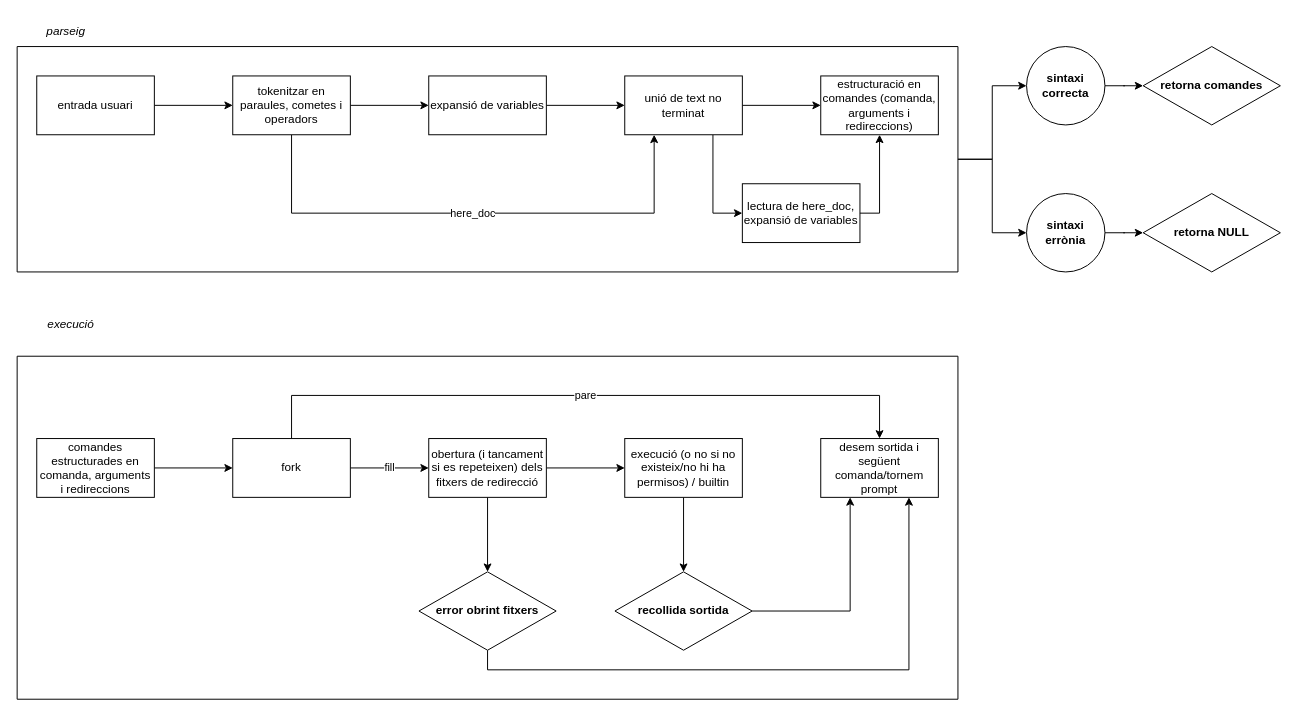
Earlier version of the draw.io diagram diagrama.drawio (encarbassotnopot/42_minishell). Source tidied: cells renumbered, new cells numbered last; positions are measured from the earlier drawing's top-left corner, leaving out a move shared by most shapes. Both pictures are drawn from the tidied source at 98%, with x=0, y=0 at pixel (17, 17).
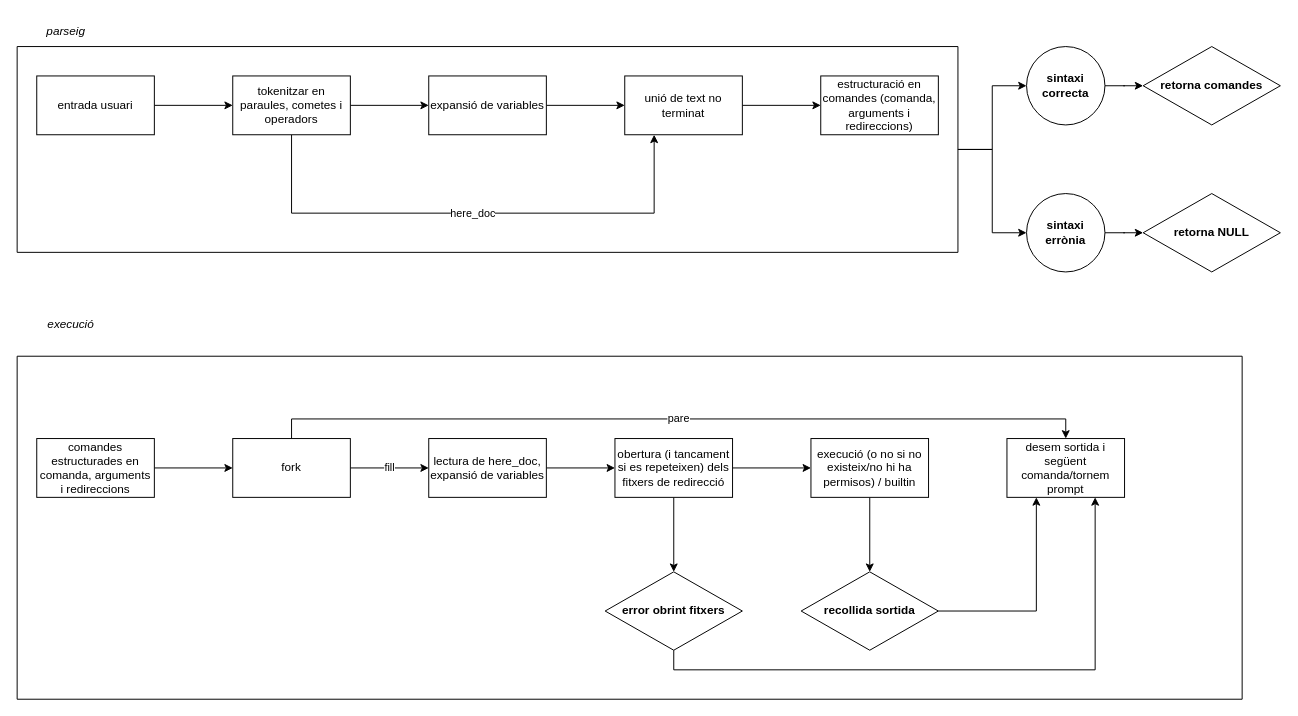
After the change.

The change refers to these unchanged cells:
```xml
<mxCell id="2" style="group;" parent="1" vertex="1">
  <mxGeometry width="960" height="260" as="geometry" />
</mxCell>
<mxCell id="12" value="&lt;div&gt;unió de text no terminat&lt;/div&gt;" style="rounded=0;whiteSpace=wrap;html=1;" parent="2" vertex="1">
  <mxGeometry x="620" y="60" width="120" height="60" as="geometry" />
</mxCell>
<mxCell id="13" value="estructuració en comandes (comanda, arguments i redireccions)" style="rounded=0;whiteSpace=wrap;html=1;" parent="2" vertex="1">
  <mxGeometry x="820" y="60" width="120" height="60" as="geometry" />
</mxCell>
<mxCell id="29" value="fork" style="rounded=0;whiteSpace=wrap;html=1;" parent="26" vertex="1">
  <mxGeometry x="220" y="120" width="120" height="60" as="geometry" />
</mxCell>
```

What changed in the source:
```diff
@@
-    <mxCell id="11" style="edgeStyle=orthogonalEdgeStyle;rounded=0;jettySize=auto;html=1;entryX=0;entryY=0.5;entryDx=0;entryDy=0;exitX=0.75;exitY=1;exitDx=0;exitDy=0;" parent="2" edge="1" source="12" target="15">
-      <mxGeometry relative="1" as="geometry" />
-    </mxCell>
@@
     <mxCell id="14" style="swimlane;startSize=0;" parent="2" vertex="1">
-      <mxGeometry y="30" width="960" height="230" as="geometry" />
+      <mxGeometry y="30" width="960" height="210" as="geometry" />
     </mxCell>
-    <mxCell id="15" value="lectura de here_doc, expansió de variables" style="rounded=0;whiteSpace=wrap;html=1;" parent="14" vertex="1">
-      <mxGeometry x="740" y="140" width="120" height="60" as="geometry" />
-    </mxCell>
@@
-    <mxCell id="17" style="edgeStyle=orthogonalEdgeStyle;rounded=0;jettySize=auto;html=1;exitX=1;exitY=0.5;exitDx=0;exitDy=0;entryX=0.5;entryY=1;entryDx=0;entryDy=0;" parent="2" edge="1" source="15" target="13">
-      <mxGeometry relative="1" as="geometry" />
-    </mxCell>
@@
     <mxCell id="26" style="group;" parent="1" vertex="1">
-      <mxGeometry y="310" width="960" height="386" as="geometry" />
+      <mxGeometry y="310" width="1250" height="386" as="geometry" />
     </mxCell>
-    <mxCell id="27" value="fill" style="edgeStyle=orthogonalEdgeStyle;rounded=0;jettySize=auto;html=1;" parent="26" edge="1" source="29" target="32">
+    <mxCell id="27" value="fill" style="edgeStyle=orthogonalEdgeStyle;rounded=0;jettySize=auto;html=1;entryX=0;entryY=0.5;entryDx=0;entryDy=0;" parent="26" edge="1" source="29" target="15">
       <mxGeometry relative="1" as="geometry" />
     </mxCell>
-    <mxCell id="28" value="pare" style="edgeStyle=orthogonalEdgeStyle;rounded=0;jettySize=auto;html=1;exitX=0.5;exitY=0;exitDx=0;exitDy=0;entryX=0.5;entryY=0;entryDx=0;entryDy=0;" parent="26" edge="1" source="29" target="39">
-      <mxGeometry relative="1" as="geometry">
-        <Array as="points">
-          <mxPoint x="280" y="76" />
-          <mxPoint x="880" y="76" />
-        </Array>
-      </mxGeometry>
+    <mxCell id="28" value="&lt;div&gt;pare&lt;/div&gt;" style="edgeStyle=orthogonalEdgeStyle;rounded=0;jettySize=auto;html=1;exitX=0.5;exitY=0;exitDx=0;exitDy=0;entryX=0.5;entryY=0;entryDx=0;entryDy=0;" parent="26" edge="1" source="29" target="39">
+      <mxGeometry relative="1" as="geometry" />
     </mxCell>
@@
+    <mxCell id="37" style="edgeStyle=orthogonalEdgeStyle;rounded=0;jettySize=auto;html=1;exitX=1;exitY=0.5;exitDx=0;exitDy=0;entryX=0;entryY=0.5;entryDx=0;entryDy=0;" parent="26" edge="1" source="38" target="29">
+      <mxGeometry relative="1" as="geometry" />
+    </mxCell>
+    <mxCell id="38" value="comandes estructurades en comanda, arguments i redireccions" style="rounded=0;whiteSpace=wrap;html=1;" parent="26" vertex="1">
+      <mxGeometry x="20" y="120" width="120" height="60" as="geometry" />
+    </mxCell>
+    <mxCell id="42" style="swimlane;startSize=0;" parent="26" vertex="1">
+      <mxGeometry y="36" width="1250" height="350" as="geometry" />
+    </mxCell>
+    <mxCell id="44" style="edgeStyle=orthogonalEdgeStyle;rounded=0;jettySize=auto;html=1;exitX=1;exitY=0.5;exitDx=0;exitDy=0;entryX=0;entryY=0.5;entryDx=0;entryDy=0;" parent="42" edge="1" source="15" target="32">
+      <mxGeometry relative="1" as="geometry" />
+    </mxCell>
+    <mxCell id="15" value="lectura de here_doc, expansió de variables" style="rounded=0;whiteSpace=wrap;html=1;" parent="42" vertex="1">
+      <mxGeometry x="420" y="84" width="120" height="60" as="geometry" />
+    </mxCell>
-    <mxCell id="30" style="edgeStyle=orthogonalEdgeStyle;rounded=0;jettySize=auto;html=1;" parent="26" edge="1" source="32" target="34">
+    <mxCell id="30" style="edgeStyle=orthogonalEdgeStyle;rounded=0;jettySize=auto;html=1;" parent="42" edge="1" source="32" target="34">
       <mxGeometry relative="1" as="geometry" />
     </mxCell>
-    <mxCell id="31" style="edgeStyle=orthogonalEdgeStyle;rounded=0;jettySize=auto;html=1;" parent="26" edge="1" source="32" target="36">
+    <mxCell id="31" style="edgeStyle=orthogonalEdgeStyle;rounded=0;jettySize=auto;html=1;" parent="42" edge="1" source="32" target="36">
       <mxGeometry relative="1" as="geometry" />
     </mxCell>
-    <mxCell id="32" value="obertura (i tancament si es repeteixen) dels fitxers de redirecció" style="rounded=0;whiteSpace=wrap;html=1;" parent="26" vertex="1">
-      <mxGeometry x="420" y="120" width="120" height="60" as="geometry" />
+    <mxCell id="32" value="obertura (i tancament si es repeteixen) dels fitxers de redirecció" style="rounded=0;whiteSpace=wrap;html=1;" parent="42" vertex="1">
+      <mxGeometry x="610" y="84" width="120" height="60" as="geometry" />
     </mxCell>
-    <mxCell id="33" style="edgeStyle=orthogonalEdgeStyle;rounded=0;jettySize=auto;html=1;entryX=0.5;entryY=0;entryDx=0;entryDy=0;" parent="26" edge="1" source="34" target="41">
+    <mxCell id="33" style="edgeStyle=orthogonalEdgeStyle;rounded=0;jettySize=auto;html=1;entryX=0.5;entryY=0;entryDx=0;entryDy=0;" parent="42" edge="1" source="34" target="41">
       <mxGeometry relative="1" as="geometry" />
     </mxCell>
-    <mxCell id="34" value="&lt;div&gt;execució (o no si no existeix/no hi ha permisos) / builtin&lt;/div&gt;" style="rounded=0;whiteSpace=wrap;html=1;" parent="26" vertex="1">
-      <mxGeometry x="620" y="120" width="120" height="60" as="geometry" />
+    <mxCell id="34" value="&lt;div&gt;execució (o no si no existeix/no hi ha permisos) / builtin&lt;/div&gt;" style="rounded=0;whiteSpace=wrap;html=1;" parent="42" vertex="1">
+      <mxGeometry x="810" y="84" width="120" height="60" as="geometry" />
     </mxCell>
-    <mxCell id="35" style="edgeStyle=orthogonalEdgeStyle;rounded=0;jettySize=auto;html=1;exitX=0.5;exitY=1;exitDx=0;exitDy=0;entryX=0.75;entryY=1;entryDx=0;entryDy=0;" parent="26" edge="1" source="36" target="39">
+    <mxCell id="35" style="edgeStyle=orthogonalEdgeStyle;rounded=0;jettySize=auto;html=1;exitX=0.5;exitY=1;exitDx=0;exitDy=0;entryX=0.75;entryY=1;entryDx=0;entryDy=0;" parent="42" edge="1" source="36" target="39">
       <mxGeometry relative="1" as="geometry" />
     </mxCell>
-    <mxCell id="36" value="error obrint fitxers" style="rhombus;whiteSpace=wrap;html=1;rounded=0;fontStyle=1;" parent="26" vertex="1">
-      <mxGeometry x="410" y="256" width="140" height="80" as="geometry" />
+    <mxCell id="36" value="error obrint fitxers" style="rhombus;whiteSpace=wrap;html=1;rounded=0;fontStyle=1;" parent="42" vertex="1">
+      <mxGeometry x="600" y="220" width="140" height="80" as="geometry" />
     </mxCell>
-    <mxCell id="37" style="edgeStyle=orthogonalEdgeStyle;rounded=0;jettySize=auto;html=1;exitX=1;exitY=0.5;exitDx=0;exitDy=0;entryX=0;entryY=0.5;entryDx=0;entryDy=0;" parent="26" edge="1" source="38" target="29">
-      <mxGeometry relative="1" as="geometry" />
-    </mxCell>
-    <mxCell id="38" value="comandes estructurades en comanda, arguments i redireccions" style="rounded=0;whiteSpace=wrap;html=1;" parent="26" vertex="1">
-      <mxGeometry x="20" y="120" width="120" height="60" as="geometry" />
-    </mxCell>
-    <mxCell id="39" value="desem sortida i següent comanda/tornem prompt" style="rounded=0;whiteSpace=wrap;html=1;" parent="26" vertex="1">
-      <mxGeometry x="820" y="120" width="120" height="60" as="geometry" />
+    <mxCell id="39" value="desem sortida i següent comanda/tornem prompt" style="rounded=0;whiteSpace=wrap;html=1;" parent="42" vertex="1">
+      <mxGeometry x="1010" y="84" width="120" height="60" as="geometry" />
     </mxCell>
-    <mxCell id="40" style="edgeStyle=orthogonalEdgeStyle;rounded=0;jettySize=auto;html=1;exitX=1;exitY=0.5;exitDx=0;exitDy=0;entryX=0.25;entryY=1;entryDx=0;entryDy=0;" parent="26" edge="1" source="41" target="39">
+    <mxCell id="40" style="edgeStyle=orthogonalEdgeStyle;rounded=0;jettySize=auto;html=1;exitX=1;exitY=0.5;exitDx=0;exitDy=0;entryX=0.25;entryY=1;entryDx=0;entryDy=0;" parent="42" edge="1" source="41" target="39">
       <mxGeometry relative="1" as="geometry" />
     </mxCell>
-    <mxCell id="41" value="recollida sortida" style="rhombus;whiteSpace=wrap;html=1;rounded=0;fontStyle=1;" parent="26" vertex="1">
-      <mxGeometry x="610" y="256" width="140" height="80" as="geometry" />
+    <mxCell id="41" value="recollida sortida" style="rhombus;whiteSpace=wrap;html=1;rounded=0;fontStyle=1;" parent="42" vertex="1">
+      <mxGeometry x="800" y="220" width="140" height="80" as="geometry" />
     </mxCell>
-    <mxCell id="42" style="swimlane;startSize=0;" parent="26" vertex="1">
-      <mxGeometry y="36" width="960" height="350" as="geometry" />
-    </mxCell>
```
